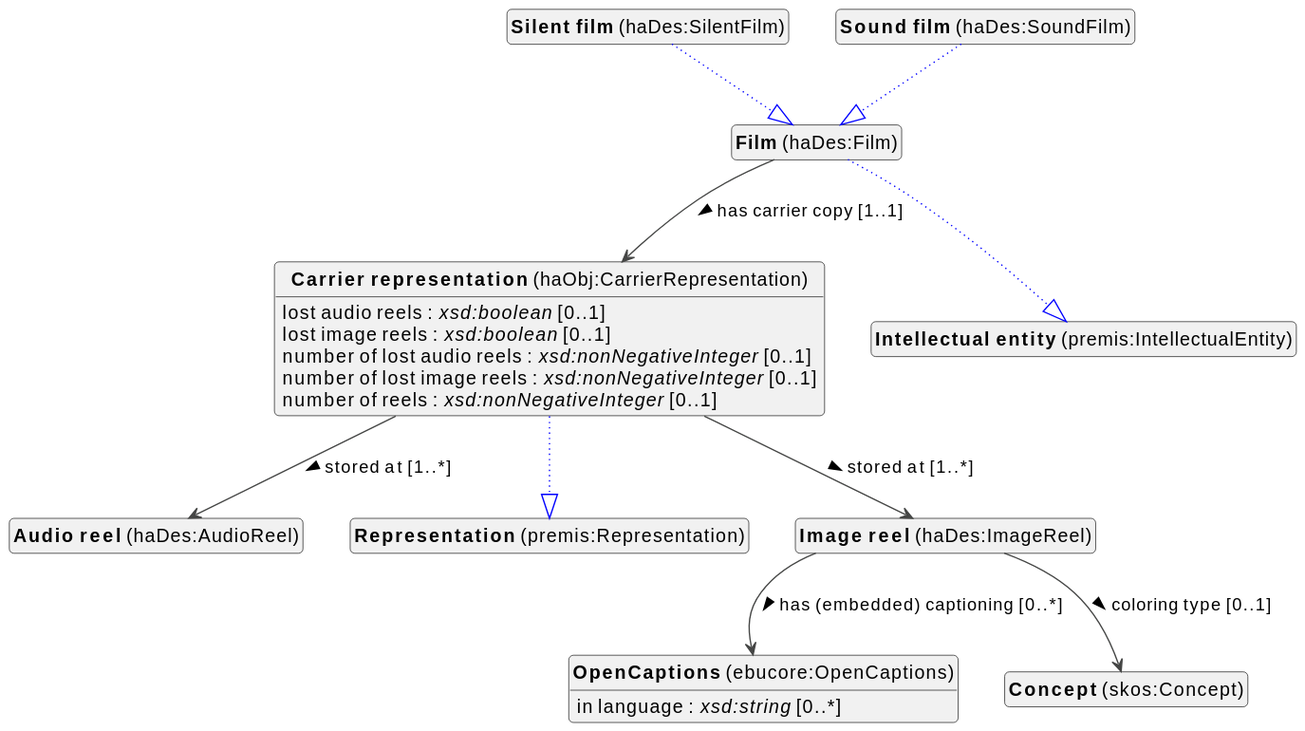
Earlier version of the PlantUML export docs/metadata/knowledge-graph/1.0.0/film/en/film-diagram.svg (viaacode/documentation). Its diagram source:
```plantuml
@startuml
!theme vibrant
skinparam classFontSize 14
!define LIGHTORANGE
skinparam componentStyle uml2
skinparam wrapMessageWidth 1000
skinparam wrapWidth 1000
skinparam shadowing false
skinparam ArrowMessageAlignment left
top to bottom direction


class "<b>OpenCaptions</b> (ebucore:OpenCaptions)" as ebucore_OpenCaptions [[#ebucore%3AOpenCaptions]]
class "<b>Audio reel</b> (haDes:AudioReel)" as haDes_AudioReel [[#haDes%3AAudioReel]]
class "<b>Carrier representation</b> (haObj:CarrierRepresentation)" as haObj_CarrierRepresentation [[../../audiovisual/en#haObj%3ACarrierRepresentation]]
class "<b>Representation</b> (premis:Representation)" as premis_Representation [[#premis%3ARepresentation]]
class "<b>Concept</b> (skos:Concept)" as skos_Concept [[../../terms/en#skos%3AConcept]]
class "<b>Film</b> (haDes:Film)" as haDes_Film [[#haDes%3AFilm]]
class "<b>Intellectual entity</b> (premis:IntellectualEntity)" as premis_IntellectualEntity [[#premis%3AIntellectualEntity]]
class "<b>Image reel</b> (haDes:ImageReel)" as haDes_ImageReel [[#haDes%3AImageReel]]
class "<b>Silent film</b> (haDes:SilentFilm)" as haDes_SilentFilm [[#haDes%3ASilentFilm]]
class "<b>Film</b> (haDes:Film)" as haDes_Film [[#haDes%3AFilm]]
class "<b>Sound film</b> (haDes:SoundFilm)" as haDes_SoundFilm [[#haDes%3ASoundFilm]]
class "<b>Film</b> (haDes:Film)" as haDes_Film [[#haDes%3AFilm]]


ebucore_OpenCaptions : in language : <i>xsd:string</i> [0..*]




haObj_CarrierRepresentation --|> premis_Representation #blue;line.dotted;text:blue

haObj_CarrierRepresentation : lost audio reels : <i>xsd:boolean</i> [0..1]
haObj_CarrierRepresentation : lost image reels : <i>xsd:boolean</i> [0..1]
haObj_CarrierRepresentation : number of lost audio reels : <i>xsd:nonNegativeInteger</i> [0..1]
haObj_CarrierRepresentation : number of lost image reels : <i>xsd:nonNegativeInteger</i> [0..1]
haObj_CarrierRepresentation : number of reels : <i>xsd:nonNegativeInteger</i> [0..1]
haObj_CarrierRepresentation --> haDes_AudioReel :stored at [1..*]  >
haObj_CarrierRepresentation --> haDes_ImageReel :stored at [1..*]  >





haDes_Film --|> premis_IntellectualEntity #blue;line.dotted;text:blue

haDes_Film --> haObj_CarrierRepresentation :has carrier copy [1..1]  >


haDes_ImageReel --> ebucore_OpenCaptions :has (embedded) captioning [0..*]  >
haDes_ImageReel --> skos_Concept :coloring type [0..1]  >

haDes_SilentFilm --|> haDes_Film #blue;line.dotted;text:blue


haDes_SoundFilm --|> haDes_Film #blue;line.dotted;text:blue



hide circle
hide methods
hide empty members
@enduml
```
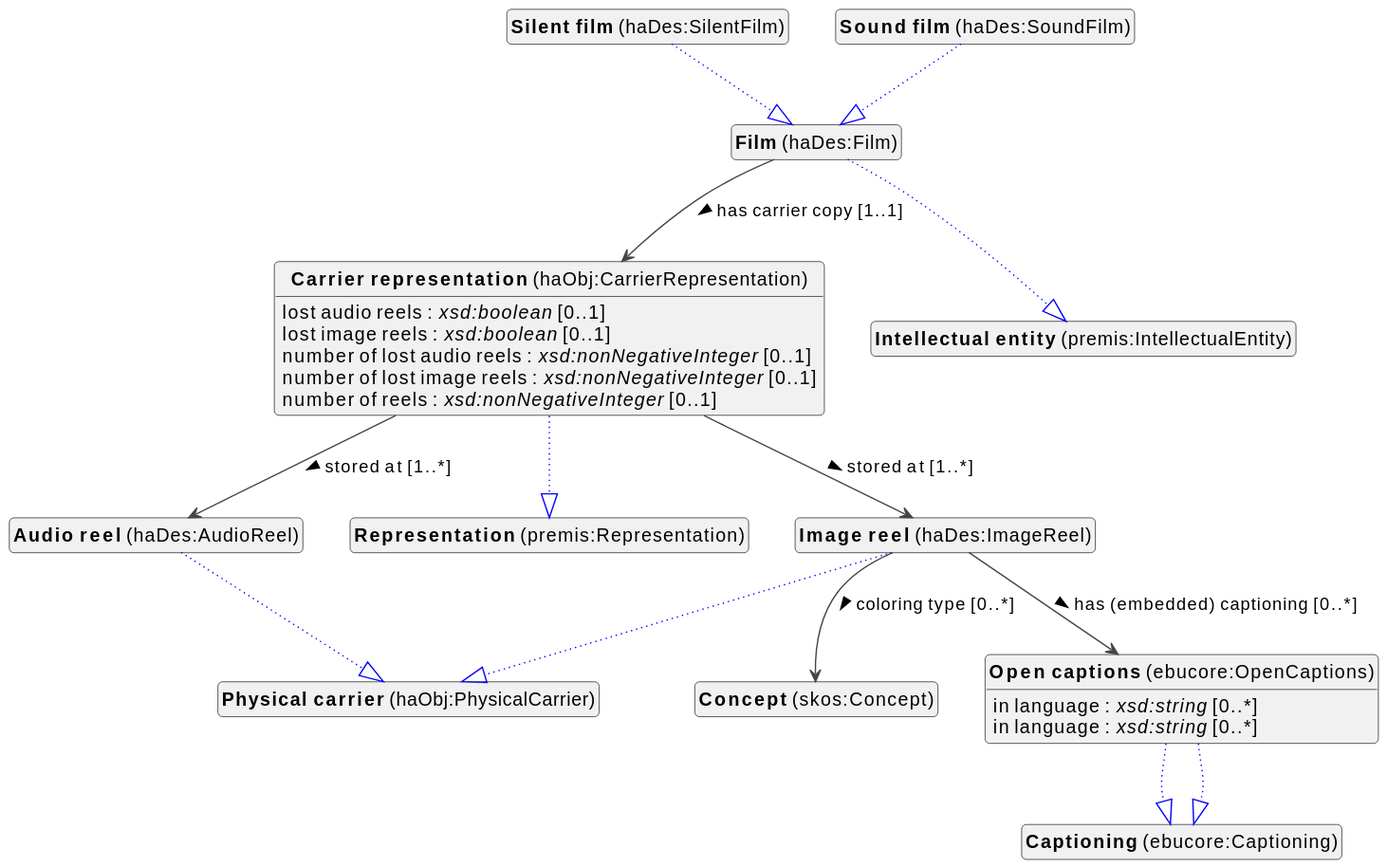
The same diagram one commit later.

What changed in the source:
```diff
@@ -10,23 +10,25 @@
 top to bottom direction
 
 
-class "<b>OpenCaptions</b> (ebucore:OpenCaptions)" as ebucore_OpenCaptions [[#ebucore%3AOpenCaptions]]
 class "<b>Audio reel</b> (haDes:AudioReel)" as haDes_AudioReel [[#haDes%3AAudioReel]]
+class "<b>Physical carrier</b> (haObj:PhysicalCarrier)" as haObj_PhysicalCarrier [[#haObj%3APhysicalCarrier]]
 class "<b>Carrier representation</b> (haObj:CarrierRepresentation)" as haObj_CarrierRepresentation [[../../audiovisual/en#haObj%3ACarrierRepresentation]]
 class "<b>Representation</b> (premis:Representation)" as premis_Representation [[#premis%3ARepresentation]]
 class "<b>Concept</b> (skos:Concept)" as skos_Concept [[../../terms/en#skos%3AConcept]]
 class "<b>Film</b> (haDes:Film)" as haDes_Film [[#haDes%3AFilm]]
 class "<b>Intellectual entity</b> (premis:IntellectualEntity)" as premis_IntellectualEntity [[#premis%3AIntellectualEntity]]
 class "<b>Image reel</b> (haDes:ImageReel)" as haDes_ImageReel [[#haDes%3AImageReel]]
+class "<b>Physical carrier</b> (haObj:PhysicalCarrier)" as haObj_PhysicalCarrier [[#haObj%3APhysicalCarrier]]
+class "<b>Open captions</b> (ebucore:OpenCaptions)" as ebucore_OpenCaptions [[#ebucore%3AOpenCaptions]]
+class "<b>Captioning</b> (ebucore:Captioning)" as ebucore_Captioning [[#ebucore%3ACaptioning]]
+class "<b>Open captions</b> (ebucore:OpenCaptions)" as ebucore_OpenCaptions [[#ebucore%3AOpenCaptions]]
+class "<b>Captioning</b> (ebucore:Captioning)" as ebucore_Captioning [[#ebucore%3ACaptioning]]
 class "<b>Silent film</b> (haDes:SilentFilm)" as haDes_SilentFilm [[#haDes%3ASilentFilm]]
 class "<b>Film</b> (haDes:Film)" as haDes_Film [[#haDes%3AFilm]]
 class "<b>Sound film</b> (haDes:SoundFilm)" as haDes_SoundFilm [[#haDes%3ASoundFilm]]
 class "<b>Film</b> (haDes:Film)" as haDes_Film [[#haDes%3AFilm]]
 
-
-ebucore_OpenCaptions : in language : <i>xsd:string</i> [0..*]
-
-
+haDes_AudioReel --|> haObj_PhysicalCarrier #blue;line.dotted;text:blue
 
 
 haObj_CarrierRepresentation --|> premis_Representation #blue;line.dotted;text:blue
@@ -47,9 +49,20 @@
 
 haDes_Film --> haObj_CarrierRepresentation :has carrier copy [1..1]  >
 
+haDes_ImageReel --|> haObj_PhysicalCarrier #blue;line.dotted;text:blue
 
 haDes_ImageReel --> ebucore_OpenCaptions :has (embedded) captioning [0..*]  >
-haDes_ImageReel --> skos_Concept :coloring type [0..1]  >
+haDes_ImageReel --> skos_Concept :coloring type [0..*]  >
+
+ebucore_OpenCaptions --|> ebucore_Captioning #blue;line.dotted;text:blue
+
+ebucore_OpenCaptions : in language : <i>xsd:string</i> [0..*]
+
+
+ebucore_OpenCaptions --|> ebucore_Captioning #blue;line.dotted;text:blue
+
+ebucore_OpenCaptions : in language : <i>xsd:string</i> [0..*]
+
 
 haDes_SilentFilm --|> haDes_Film #blue;line.dotted;text:blue
 
```
